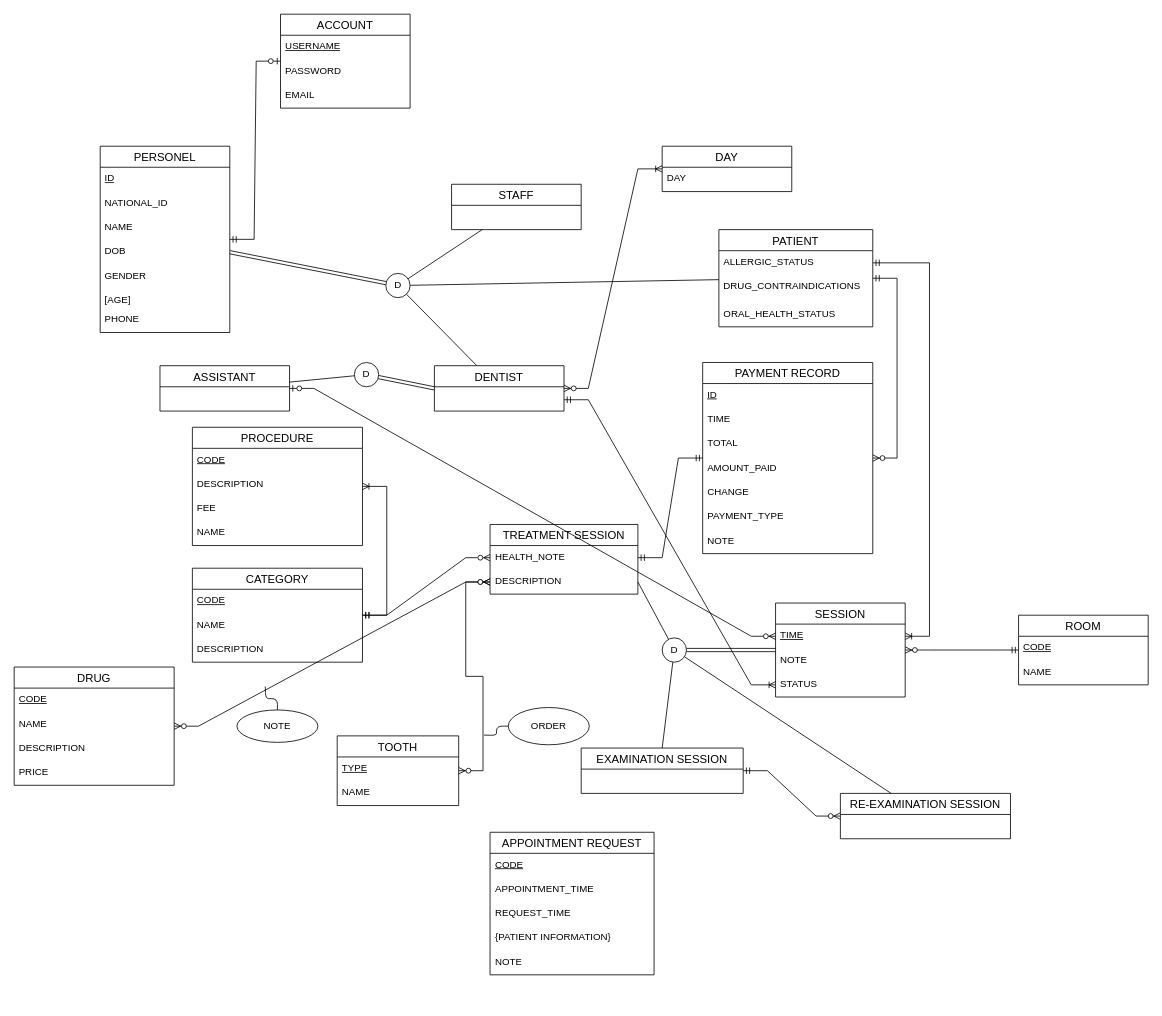
Before: diagrams/conceptual-diagram.drawio in nibtr/clinic-db, a draw.io diagram. Source tidied: cells renumbered, new cells numbered last; positions are measured from the earlier drawing's top-left corner, leaving out a move shared by most shapes. Both pictures are drawn from the tidied source at 81%, with x=0, y=0 at pixel (14, 14).
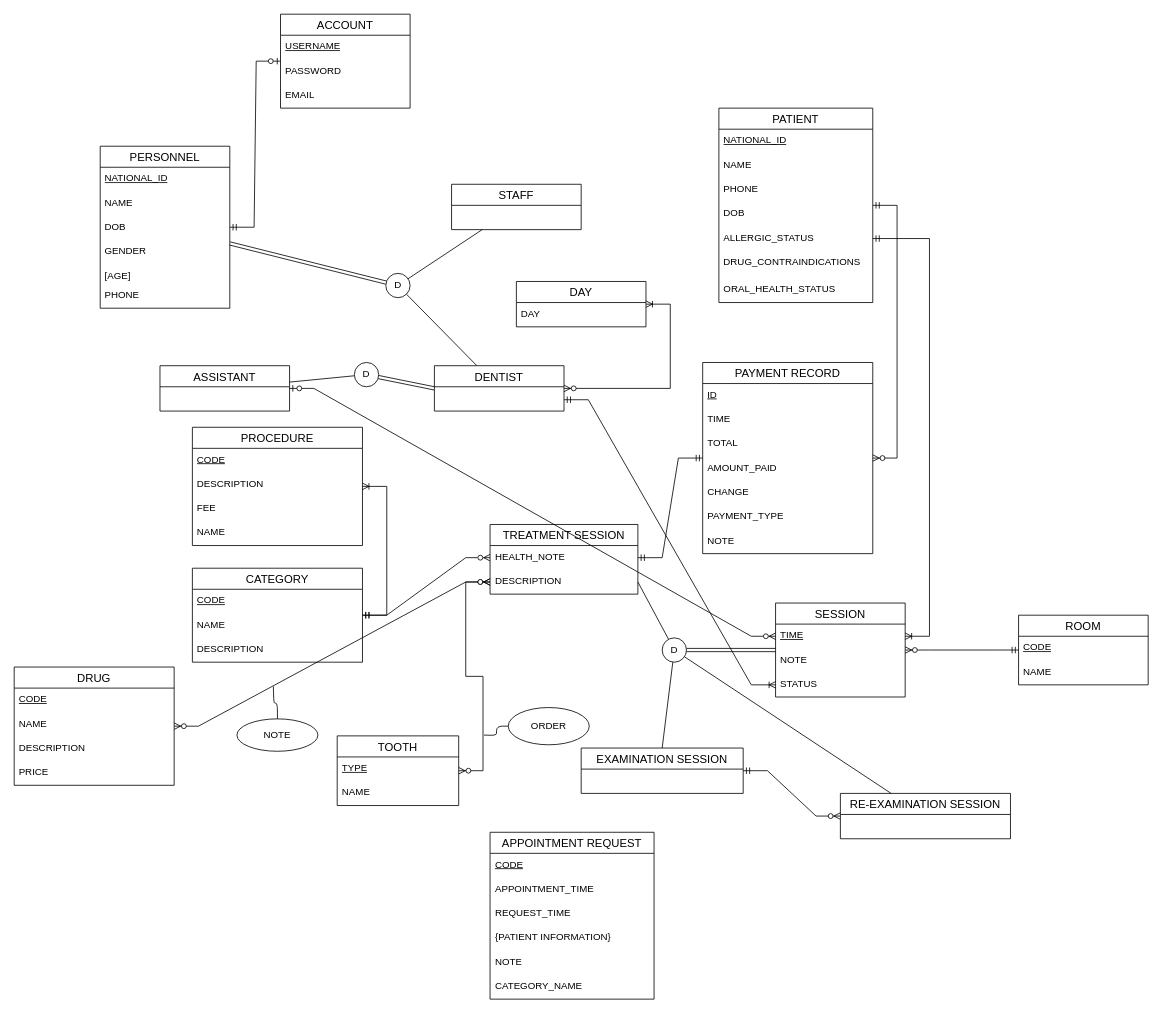
The same diagram, later.

Unchanged cells that the change refers to:
```xml
<mxCell id="84" value="D" style="ellipse;whiteSpace=wrap;html=1;" parent="1" vertex="1">
  <mxGeometry x="458.8" y="320" width="30" height="30" as="geometry" />
</mxCell>
```

The edit, as a diff of the source:
```diff
@@
     <mxCell id="6" value="PATIENT" style="swimlane;fontStyle=0;horizontal=1;startSize=26;align=center;fontSize=14;" parent="1" vertex="1">
-      <mxGeometry x="870" y="266" width="190" height="120" as="geometry" />
+      <mxGeometry x="870" y="116" width="190" height="240" as="geometry" />
     </mxCell>
+    <mxCell id="96" value="NATIONAL_ID" style="text;strokeColor=none;fillColor=none;spacingLeft=4;spacingRight=4;overflow=hidden;fontSize=12;whiteSpace=wrap;html=1;fontStyle=4;" parent="6" vertex="1">
+      <mxGeometry y="26" width="190" height="30" as="geometry" />
+    </mxCell>
+    <mxCell id="97" value="NAME" style="text;strokeColor=none;fillColor=none;spacingLeft=4;spacingRight=4;overflow=hidden;fontSize=12;whiteSpace=wrap;html=1;" parent="6" vertex="1">
+      <mxGeometry y="56" width="190" height="30" as="geometry" />
+    </mxCell>
+    <mxCell id="98" value="PHONE" style="text;strokeColor=none;fillColor=none;spacingLeft=4;spacingRight=4;overflow=hidden;fontSize=12;whiteSpace=wrap;html=1;" parent="6" vertex="1">
+      <mxGeometry y="86" width="190" height="30" as="geometry" />
+    </mxCell>
+    <mxCell id="99" value="DOB" style="text;strokeColor=none;fillColor=none;spacingLeft=4;spacingRight=4;overflow=hidden;fontSize=12;whiteSpace=wrap;html=1;" parent="6" vertex="1">
+      <mxGeometry y="116" width="190" height="30" as="geometry" />
+    </mxCell>
     <mxCell id="7" value="ALLERGIC_STATUS" style="text;strokeColor=none;fillColor=none;spacingLeft=4;spacingRight=4;overflow=hidden;points=[[0,0.5],[1,0.5]];portConstraint=eastwest;fontSize=12;whiteSpace=wrap;html=1;" parent="6" vertex="1">
-      <mxGeometry y="26" width="190" height="30" as="geometry" />
+      <mxGeometry y="146" width="190" height="30" as="geometry" />
     </mxCell>
     <mxCell id="8" value="DRUG_CONTRAINDICATIONS" style="text;strokeColor=none;fillColor=none;spacingLeft=4;spacingRight=4;overflow=hidden;fontSize=12;whiteSpace=wrap;html=1;" parent="6" vertex="1">
-      <mxGeometry y="56" width="190" height="34" as="geometry" />
+      <mxGeometry y="176" width="190" height="34" as="geometry" />
     </mxCell>
     <mxCell id="9" value="ORAL_HEALTH_STATUS" style="text;strokeColor=none;fillColor=none;spacingLeft=4;spacingRight=4;overflow=hidden;fontSize=12;whiteSpace=wrap;html=1;" parent="6" vertex="1">
-      <mxGeometry y="90" width="190" height="30" as="geometry" />
+      <mxGeometry y="210" width="190" height="30" as="geometry" />
     </mxCell>
@@
     <mxCell id="18" value="APPOINTMENT REQUEST" style="swimlane;fontStyle=0;horizontal=1;startSize=26;align=center;fontSize=14;" parent="1" vertex="1">
-      <mxGeometry x="587.5" y="1010" width="202.5" height="176" as="geometry" />
+      <mxGeometry x="587.5" y="1010" width="202.5" height="206" as="geometry" />
     </mxCell>
@@
+    <mxCell id="100" value="CATEGORY_NAME" style="text;strokeColor=none;fillColor=none;spacingLeft=4;spacingRight=4;overflow=hidden;fontSize=12;whiteSpace=wrap;html=1;" parent="18" vertex="1">
+      <mxGeometry y="176" width="202.5" height="30" as="geometry" />
+    </mxCell>
@@
-    <mxCell id="25" value="PERSONEL" style="swimlane;fontStyle=0;horizontal=1;startSize=26;align=center;fontSize=14;" parent="1" vertex="1">
-      <mxGeometry x="106.2" y="163" width="160" height="230" as="geometry" />
+    <mxCell id="25" value="PERSONNEL" style="swimlane;fontStyle=0;horizontal=1;startSize=26;align=center;fontSize=14;" parent="1" vertex="1">
+      <mxGeometry x="106.2" y="163" width="160" height="200" as="geometry" />
     </mxCell>
-    <mxCell id="26" value="&lt;u&gt;ID&lt;/u&gt;" style="text;strokeColor=none;fillColor=none;spacingLeft=4;spacingRight=4;overflow=hidden;fontSize=12;whiteSpace=wrap;html=1;" parent="25" vertex="1">
-      <mxGeometry y="26" width="160" height="30" as="geometry" />
-    </mxCell>
-    <mxCell id="27" value="NATIONAL_ID" style="text;strokeColor=none;fillColor=none;spacingLeft=4;spacingRight=4;overflow=hidden;fontSize=12;whiteSpace=wrap;html=1;" parent="25" vertex="1">
-      <mxGeometry y="56" width="160" height="30" as="geometry" />
+    <mxCell id="27" value="&lt;u&gt;NATIONAL_ID&lt;/u&gt;" style="text;strokeColor=none;fillColor=none;spacingLeft=4;spacingRight=4;overflow=hidden;fontSize=12;whiteSpace=wrap;html=1;" parent="25" vertex="1">
+      <mxGeometry y="26" width="160" height="30" as="geometry" />
     </mxCell>
     <mxCell id="28" value="NAME" style="text;strokeColor=none;fillColor=none;spacingLeft=4;spacingRight=4;overflow=hidden;fontSize=12;whiteSpace=wrap;html=1;" parent="25" vertex="1">
-      <mxGeometry y="86" width="160" height="30" as="geometry" />
+      <mxGeometry y="56" width="160" height="30" as="geometry" />
     </mxCell>
     <mxCell id="29" value="DOB" style="text;strokeColor=none;fillColor=none;spacingLeft=4;spacingRight=4;overflow=hidden;fontSize=12;whiteSpace=wrap;html=1;" parent="25" vertex="1">
-      <mxGeometry y="116" width="160" height="30" as="geometry" />
+      <mxGeometry y="86" width="160" height="30" as="geometry" />
     </mxCell>
     <mxCell id="30" value="GENDER" style="text;strokeColor=none;fillColor=none;spacingLeft=4;spacingRight=4;overflow=hidden;fontSize=12;whiteSpace=wrap;html=1;" parent="25" vertex="1">
-      <mxGeometry y="146" width="160" height="30" as="geometry" />
+      <mxGeometry y="116" width="160" height="30" as="geometry" />
     </mxCell>
     <mxCell id="31" value="[AGE]" style="text;strokeColor=none;fillColor=none;spacingLeft=4;spacingRight=4;overflow=hidden;fontSize=12;whiteSpace=wrap;html=1;" parent="25" vertex="1">
-      <mxGeometry y="176" width="160" height="24" as="geometry" />
+      <mxGeometry y="146" width="160" height="24" as="geometry" />
     </mxCell>
     <mxCell id="32" value="PHONE" style="text;strokeColor=none;fillColor=none;spacingLeft=4;spacingRight=4;overflow=hidden;fontSize=12;whiteSpace=wrap;html=1;" parent="25" vertex="1">
-      <mxGeometry y="200" width="160" height="30" as="geometry" />
+      <mxGeometry y="170" width="160" height="30" as="geometry" />
     </mxCell>
     <mxCell id="33" value="DAY" style="swimlane;fontStyle=0;horizontal=1;startSize=26;align=center;fontSize=14;" parent="1" vertex="1">
-      <mxGeometry x="800" y="163" width="160" height="56" as="geometry" />
+      <mxGeometry x="620" y="330" width="160" height="56" as="geometry" />
     </mxCell>
@@
     <mxCell id="73" style="edgeStyle=orthogonalEdgeStyle;html=1;startArrow=none;startFill=0;endArrow=none;endFill=0;" parent="1" edge="1" source="74">
       <mxGeometry relative="1" as="geometry">
-        <mxPoint x="310" y="830" as="targetPoint" />
+        <mxPoint x="320" y="830" as="targetPoint" />
       </mxGeometry>
     </mxCell>
     <mxCell id="74" value="NOTE" style="ellipse;whiteSpace=wrap;html=1;align=center;" parent="1" vertex="1">
-      <mxGeometry x="275" y="859" width="100" height="40" as="geometry" />
+      <mxGeometry x="275" y="870" width="100" height="40" as="geometry" />
     </mxCell>
@@
-    <mxCell id="83" style="edgeStyle=none;html=1;startArrow=none;startFill=0;endArrow=none;endFill=0;" parent="1" edge="1" source="84" target="6">
-      <mxGeometry relative="1" as="geometry" />
-    </mxCell>
```
